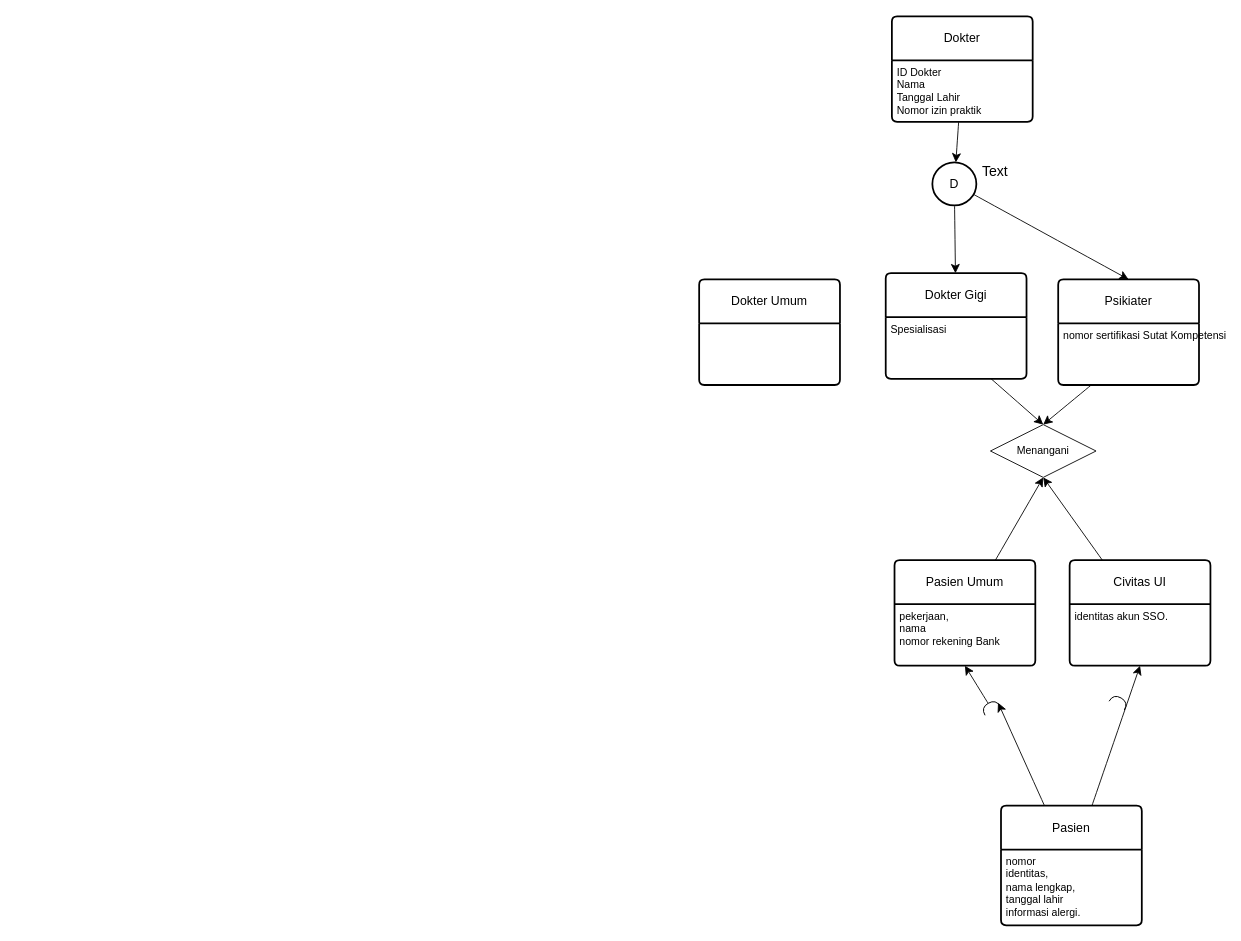
Above: minggu3.drawio in thirza258/draw.io (draw.io), before the change. Source tidied: cells renumbered, new cells numbered last; positions are measured from the earlier drawing's top-left corner, leaving out a move shared by most shapes. Both pictures are drawn from the tidied source at 88%, with x=0, y=0 at pixel (699, 16).
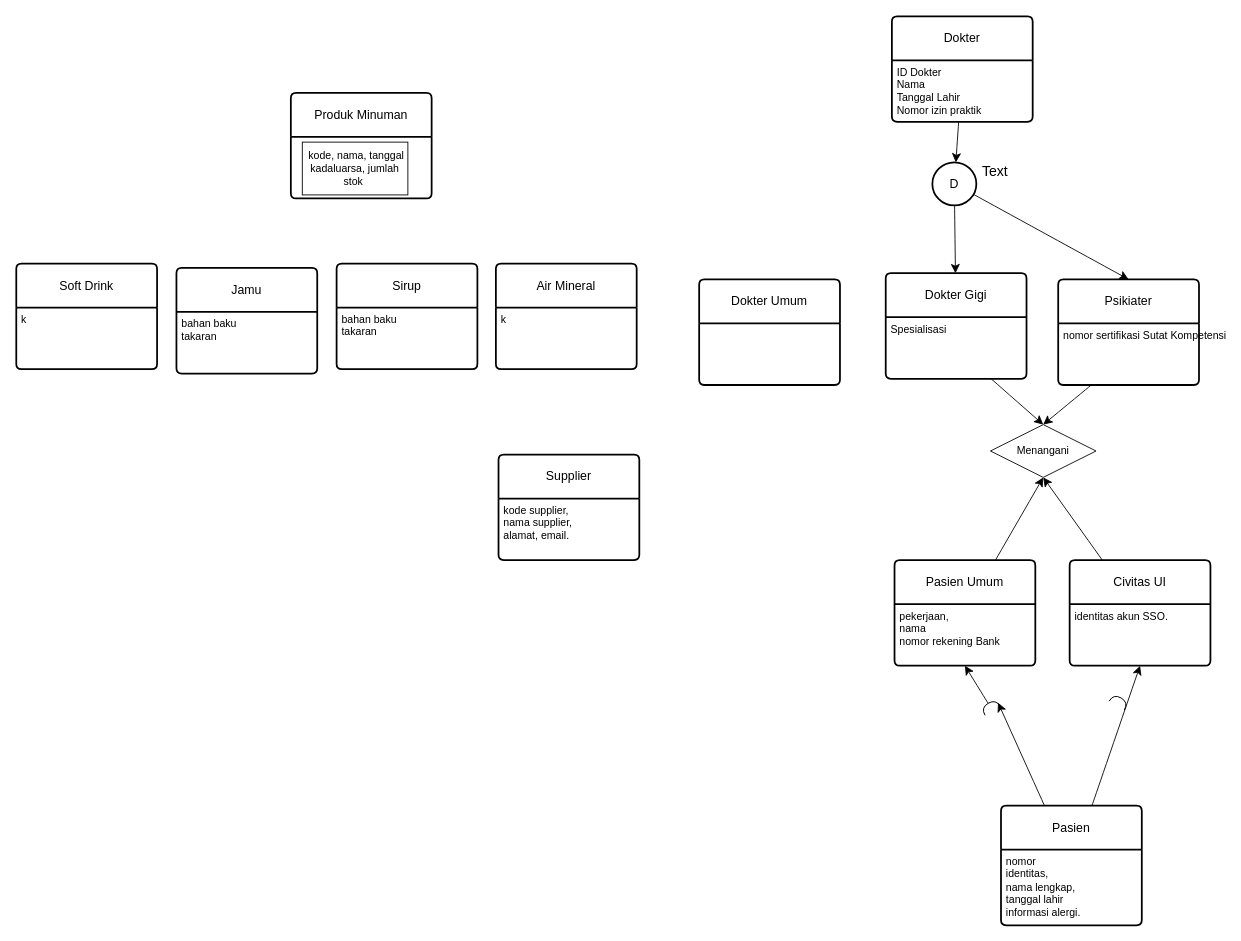
The same page after the edit.

Change to the diagram source:
```diff
@@
+    <mxCell id="30" value="Produk Minuman" style="swimlane;horizontal=1;startSize=50;rounded=1;fontSize=14;fontStyle=0;strokeWidth=2;shadow=0;dashed=0;align=center;arcSize=4;whiteSpace=wrap;html=1;" parent="1" vertex="1">
+      <mxGeometry x="-464" y="87" width="160" height="120" as="geometry" />
+    </mxCell>
+    <mxCell id="31" value="&amp;nbsp;kode, nama, tanggal kadaluarsa, jumlah stok&amp;nbsp;" style="whiteSpace=wrap;html=1;" parent="1" vertex="1">
+      <mxGeometry x="-451" y="143" width="120" height="60" as="geometry" />
+    </mxCell>
+    <mxCell id="32" value="Jamu" style="swimlane;horizontal=1;startSize=50;rounded=1;fontSize=14;fontStyle=0;strokeWidth=2;shadow=0;dashed=0;align=center;arcSize=4;whiteSpace=wrap;html=1;" parent="1" vertex="1">
+      <mxGeometry x="-594" y="286" width="160" height="120" as="geometry" />
+    </mxCell>
+    <mxCell id="33" value="bahan baku&lt;br&gt;takaran " style="align=left;strokeColor=none;fillColor=none;spacingLeft=4;fontSize=12;verticalAlign=top;html=1;" parent="32" vertex="1">
+      <mxGeometry y="50" width="160" height="70" as="geometry" />
+    </mxCell>
+    <mxCell id="34" value="Sirup" style="swimlane;horizontal=1;startSize=50;rounded=1;fontSize=14;fontStyle=0;strokeWidth=2;shadow=0;dashed=0;align=center;arcSize=4;whiteSpace=wrap;html=1;" parent="1" vertex="1">
+      <mxGeometry x="-412" y="281" width="160" height="120" as="geometry" />
+    </mxCell>
+    <mxCell id="35" value="bahan baku&lt;br&gt;takaran " style="align=left;strokeColor=none;fillColor=none;spacingLeft=4;fontSize=12;verticalAlign=top;html=1;" parent="34" vertex="1">
+      <mxGeometry y="50" width="160" height="70" as="geometry" />
+    </mxCell>
+    <mxCell id="36" value="Air Mineral" style="swimlane;horizontal=1;startSize=50;rounded=1;fontSize=14;fontStyle=0;strokeWidth=2;shadow=0;dashed=0;align=center;arcSize=4;whiteSpace=wrap;html=1;" parent="1" vertex="1">
+      <mxGeometry x="-231" y="281" width="160" height="120" as="geometry" />
+    </mxCell>
+    <mxCell id="37" value="k" style="align=left;strokeColor=none;fillColor=none;spacingLeft=4;fontSize=12;verticalAlign=top;html=1;" parent="36" vertex="1">
+      <mxGeometry y="50" width="160" height="70" as="geometry" />
+    </mxCell>
+    <mxCell id="38" value="Soft Drink" style="swimlane;horizontal=1;startSize=50;rounded=1;fontSize=14;fontStyle=0;strokeWidth=2;shadow=0;dashed=0;align=center;arcSize=4;whiteSpace=wrap;html=1;" parent="1" vertex="1">
+      <mxGeometry x="-776" y="281" width="160" height="120" as="geometry" />
+    </mxCell>
+    <mxCell id="39" value="k" style="align=left;strokeColor=none;fillColor=none;spacingLeft=4;fontSize=12;verticalAlign=top;html=1;" parent="38" vertex="1">
+      <mxGeometry y="50" width="160" height="70" as="geometry" />
+    </mxCell>
+    <mxCell id="40" value="Supplier" style="swimlane;horizontal=1;startSize=50;rounded=1;fontSize=14;fontStyle=0;strokeWidth=2;shadow=0;dashed=0;align=center;arcSize=4;whiteSpace=wrap;html=1;" parent="1" vertex="1">
+      <mxGeometry x="-228" y="498" width="160" height="120" as="geometry" />
+    </mxCell>
+    <mxCell id="41" value=" kode supplier, &lt;br&gt;nama supplier,&lt;br&gt;alamat, email. " style="align=left;strokeColor=none;fillColor=none;spacingLeft=4;fontSize=12;verticalAlign=top;html=1;" parent="40" vertex="1">
+      <mxGeometry y="50" width="160" height="70" as="geometry" />
+    </mxCell>
```
